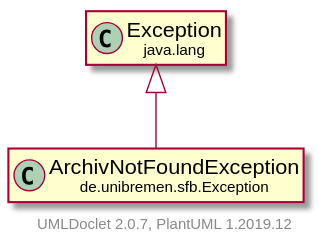
Above: doc/UML/modulsichtSVG/ArchivNotFoundException.svg in fkehlenb/softwareprojekt-2 (PlantUML), before the change.
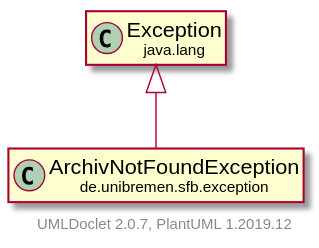
After the change.

Change to the diagram source:
```diff
@@ -3,11 +3,11 @@
     hide empty fields
     hide empty methods
 
-    class "<size:14>ArchivNotFoundException\n<size:10>de.unibremen.sfb.Exception" as de.unibremen.sfb.Exception.ArchivNotFoundException [[ArchivNotFoundException.html]]
+    class "<size:14>ArchivNotFoundException\n<size:10>de.unibremen.sfb.exception" as de.unibremen.sfb.exception.ArchivNotFoundException [[ArchivNotFoundException.html]]
 
-    class "<size:14>Exception\n<size:10>java.lang" as java.lang.Exception [[https://docs.oracle.com/en/java/javase/11/docs/api/java.base/java/lang/Exception.html?is-external=true]]
+    class "<size:14>exception\n<size:10>java.lang" as java.lang.exception [[https://docs.oracle.com/en/java/javase/11/docs/api/java.base/java/lang/Exception.html?is-external=true]]
 
-    java.lang.Exception <|-- de.unibremen.sfb.Exception.ArchivNotFoundException
+    java.lang.exception <|-- de.unibremen.sfb.exception.ArchivNotFoundException
 
     center footer UMLDoclet 2.0.7, PlantUML 1.2019.12
 @enduml
```
